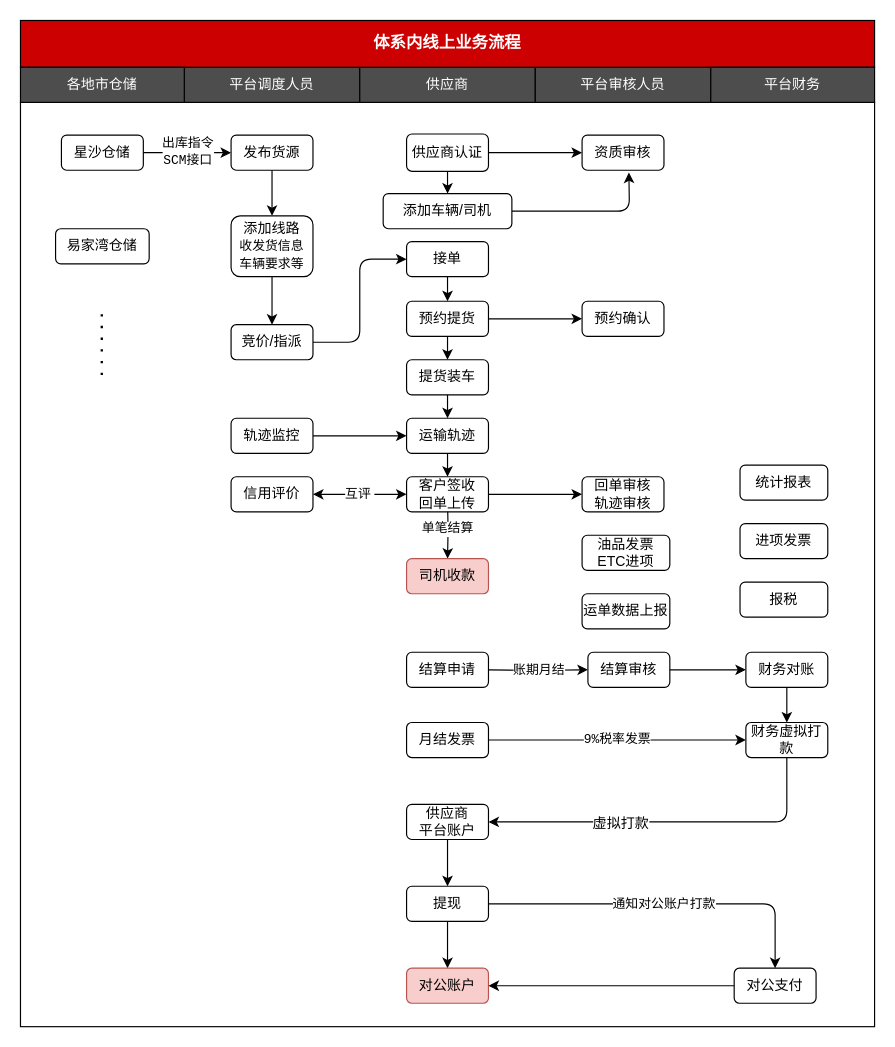
Before: 体系内线上流程.drawio in chenyibang/rdpwrap, a draw.io diagram. Source tidied: cells renumbered, new cells numbered last; positions are measured from the earlier drawing's top-left corner, leaving out a move shared by most shapes. Both pictures are drawn from the tidied source at 117%, with x=0, y=0 at pixel (20, 20).
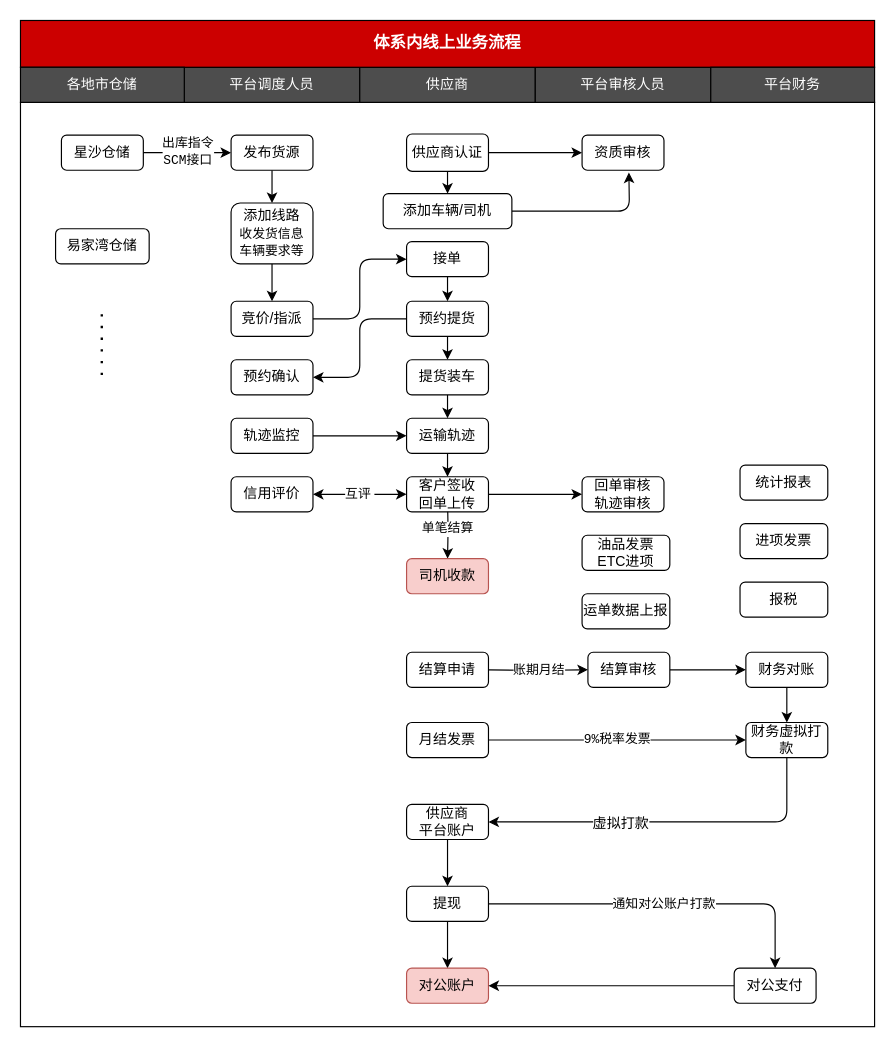
The same diagram, later.

Commit message:
更新体系内线上流程.drawio

The change refers to these unchanged cells:
```xml
<mxCell id="13" value="预约提货" style="rounded=1;whiteSpace=wrap;html=1;" parent="1" vertex="1">
  <mxGeometry x="330" y="240" width="70" height="30" as="geometry" />
</mxCell>
```

What changed in the source:
```diff
@@
-    <mxCell id="12" style="edgeStyle=orthogonalEdgeStyle;rounded=1;jettySize=auto;html=1;entryX=0;entryY=0.5;entryDx=0;entryDy=0;" parent="1" edge="1" source="13" target="55">
+    <mxCell id="12" style="edgeStyle=orthogonalEdgeStyle;rounded=1;jettySize=auto;html=1;entryX=1;entryY=0.5;entryDx=0;entryDy=0;startArrow=none;startFill=0;" parent="1" edge="1" source="13" target="55">
       <mxGeometry relative="1" as="geometry" />
     </mxCell>
@@
     <mxCell id="28" value="竞价/指派" style="rounded=1;whiteSpace=wrap;html=1;" parent="1" vertex="1">
-      <mxGeometry x="180" y="260" width="70" height="30" as="geometry" />
+      <mxGeometry x="180" y="240" width="70" height="30" as="geometry" />
     </mxCell>
@@
     <mxCell id="44" value="添加线路&lt;br&gt;&lt;span style=&quot;font-family: &amp;#34;courier new&amp;#34; ; font-size: 11px ; white-space: nowrap ; background-color: rgb(255 , 255 , 255)&quot;&gt;收发货信息&lt;br&gt;&lt;/span&gt;&lt;span style=&quot;font-family: &amp;#34;courier new&amp;#34; ; font-size: 11px ; white-space: nowrap ; background-color: rgb(255 , 255 , 255)&quot;&gt;车辆要求等&lt;/span&gt;&lt;span style=&quot;font-family: &amp;#34;courier new&amp;#34; ; font-size: 11px ; white-space: nowrap ; background-color: rgb(255 , 255 , 255)&quot;&gt;&lt;br&gt;&lt;/span&gt;" style="rounded=1;whiteSpace=wrap;html=1;" parent="1" vertex="1">
-      <mxGeometry x="180" y="167" width="70" height="52" as="geometry" />
+      <mxGeometry x="180" y="156" width="70" height="52" as="geometry" />
     </mxCell>
@@
-    <mxCell id="55" value="预约确认" style="rounded=1;whiteSpace=wrap;html=1;" parent="1" vertex="1">
-      <mxGeometry x="480" y="240" width="70" height="30" as="geometry" />
-    </mxCell>
@@
+    <mxCell id="55" value="预约确认" style="rounded=1;whiteSpace=wrap;html=1;" parent="1" vertex="1">
+      <mxGeometry x="180" y="290" width="70" height="30" as="geometry" />
+    </mxCell>
```
